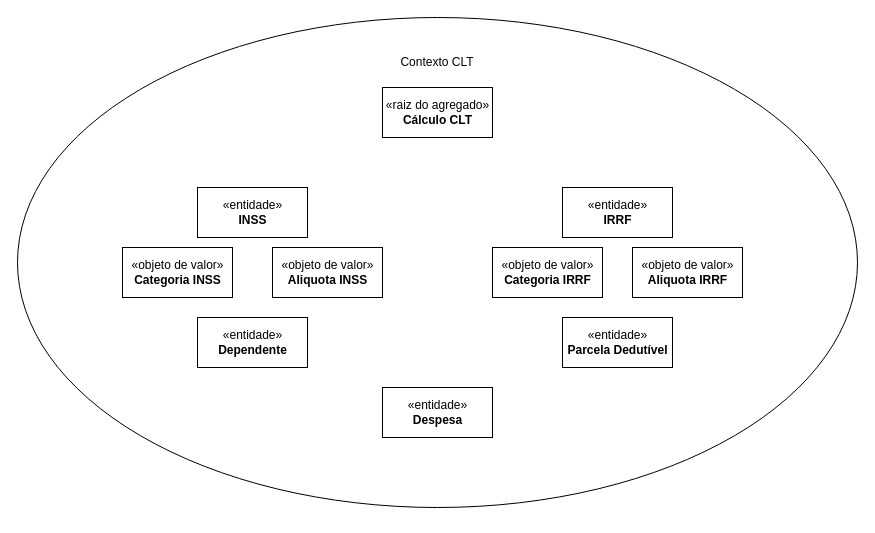
Earlier version of the draw.io diagram page "4. Relação entre o Design Estratégico e o Design Tático" (4 of 4) of Engenharia de Software.drawio (leonardofaria00/calculador-salarial-CLT). Source tidied: cells renumbered, new cells numbered last; positions are measured from the earlier drawing's top-left corner, leaving out a move shared by most shapes. Both pictures are drawn from the tidied source at 100%, with x=0, y=0 at pixel (17, 17).
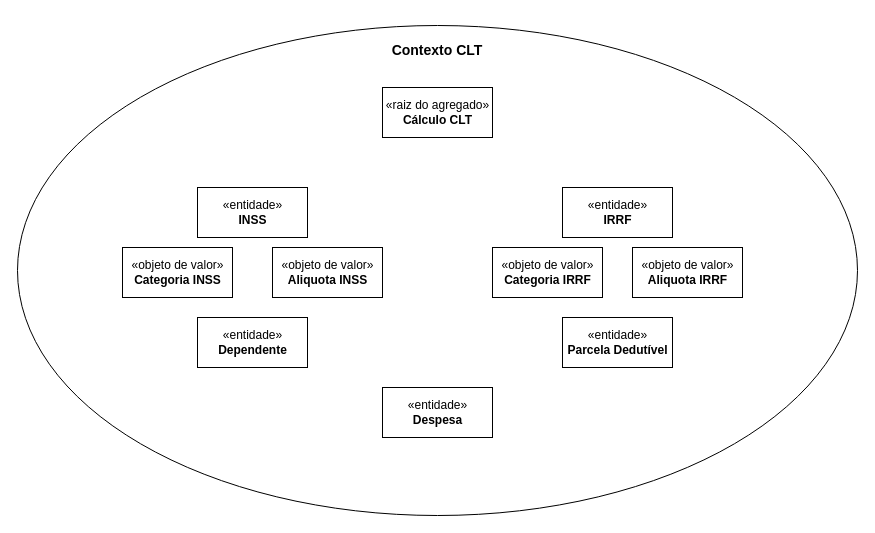
After the change.

Diff of the diagram source:
```diff
@@
 <mxGraphModel>
   <root>
     <mxCell id="0" />
     <mxCell id="1" parent="0" />
     <mxCell id="2" style="ellipse;whiteSpace=wrap;html=1;fontSize=12;strokeWidth=1;fillColor=#FFFFFF;" parent="1" vertex="1">
-      <mxGeometry width="840" height="490" as="geometry" />
+      <mxGeometry y="8" width="840" height="490" as="geometry" />
     </mxCell>
-    <mxCell id="3" value="Contexto CLT" style="text;html=1;strokeColor=none;fillColor=none;align=center;verticalAlign=middle;whiteSpace=wrap;rounded=0;fontSize=12;" parent="1" vertex="1">
-      <mxGeometry x="375" y="30" width="90" height="30" as="geometry" />
+    <mxCell id="3" value="Contexto CLT" style="text;html=1;strokeColor=none;fillColor=none;align=center;verticalAlign=middle;whiteSpace=wrap;rounded=0;fontSize=14;fontStyle=1;" parent="1" vertex="1">
+      <mxGeometry x="365" y="18" width="110" height="30" as="geometry" />
     </mxCell>
     <mxCell id="4" value="«entidade»&lt;br&gt;&lt;b&gt;Dependente&lt;/b&gt;" style="html=1;fontSize=12;strokeWidth=1;fillColor=#FFFFFF;" parent="1" vertex="1">
       <mxGeometry x="180" y="300" width="110" height="50" as="geometry" />
     </mxCell>
     <mxCell id="5" value="«objeto de valor»&lt;br&gt;&lt;b&gt;Aliquota IRRF&lt;/b&gt;" style="html=1;fontSize=12;strokeWidth=1;fillColor=#FFFFFF;" parent="1" vertex="1">
       <mxGeometry x="615" y="230" width="110" height="50" as="geometry" />
     </mxCell>
     <mxCell id="6" value="«objeto de valor»&lt;br&gt;&lt;b&gt;Categoria INSS&lt;/b&gt;" style="html=1;fontSize=12;strokeWidth=1;fillColor=#FFFFFF;" parent="1" vertex="1">
       <mxGeometry x="105" y="230" width="110" height="50" as="geometry" />
     </mxCell>
     <mxCell id="7" value="«objeto de valor»&lt;br&gt;&lt;b&gt;Aliquota INSS&lt;/b&gt;" style="html=1;fontSize=12;strokeWidth=1;fillColor=#FFFFFF;" parent="1" vertex="1">
       <mxGeometry x="255" y="230" width="110" height="50" as="geometry" />
     </mxCell>
     <mxCell id="8" value="«entidade»&lt;br&gt;&lt;b&gt;Parcela Dedutível&lt;/b&gt;" style="html=1;fontSize=12;strokeWidth=1;fillColor=#FFFFFF;" parent="1" vertex="1">
       <mxGeometry x="545" y="300" width="110" height="50" as="geometry" />
     </mxCell>
     <mxCell id="9" value="«entidade»&lt;br&gt;&lt;b&gt;Despesa&lt;/b&gt;" style="html=1;fontSize=12;strokeWidth=1;fillColor=#FFFFFF;" parent="1" vertex="1">
       <mxGeometry x="365" y="370" width="110" height="50" as="geometry" />
     </mxCell>
     <mxCell id="10" value="«entidade»&lt;br&gt;&lt;b&gt;IRRF&lt;/b&gt;" style="html=1;fontSize=12;strokeWidth=1;fillColor=#FFFFFF;" parent="1" vertex="1">
       <mxGeometry x="545" y="170" width="110" height="50" as="geometry" />
     </mxCell>
     <mxCell id="11" value="«entidade»&lt;br&gt;&lt;b&gt;INSS&lt;/b&gt;" style="html=1;fontSize=12;strokeWidth=1;fillColor=#FFFFFF;" parent="1" vertex="1">
       <mxGeometry x="180" y="170" width="110" height="50" as="geometry" />
     </mxCell>
     <mxCell id="12" value="«objeto de valor»&lt;br&gt;&lt;b&gt;Categoria IRRF&lt;/b&gt;" style="html=1;fontSize=12;strokeWidth=1;fillColor=#FFFFFF;" parent="1" vertex="1">
       <mxGeometry x="475" y="230" width="110" height="50" as="geometry" />
     </mxCell>
     <mxCell id="13" value="«raiz do agregado»&lt;br&gt;&lt;b&gt;Cálculo CLT&lt;/b&gt;" style="html=1;fontSize=12;strokeWidth=1;fillColor=#FFFFFF;" parent="1" vertex="1">
       <mxGeometry x="365" y="70" width="110" height="50" as="geometry" />
     </mxCell>
   </root>
 </mxGraphModel>
```
